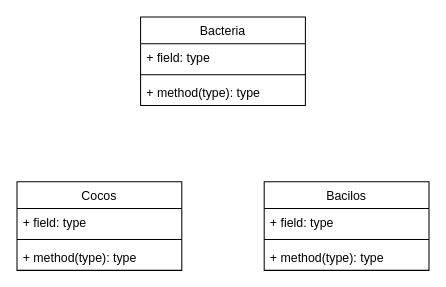
This is unq-po2-Parcial-1eraFecha-2019-Microbiologia.drawio from nhubczyk/Diagramas-UML, a draw.io file, before an edit. Source tidied: cells renumbered, new cells numbered last; positions are measured from the earlier drawing's top-left corner, leaving out a move shared by most shapes. Both pictures are drawn from the tidied source at 103%, with x=0, y=0 at pixel (16, 16).
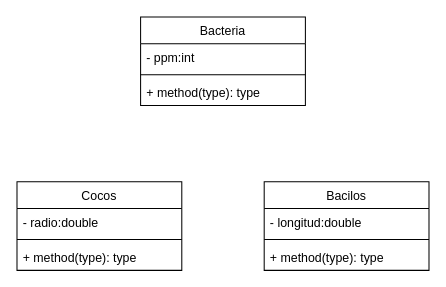
The same diagram, later.

What changed in the source:
```diff
@@
 <mxGraphModel>
   <root>
     <mxCell id="0" />
     <mxCell id="1" parent="0" />
     <mxCell id="2" value="Bacteria" style="swimlane;fontStyle=0;align=center;verticalAlign=top;horizontal=1;startSize=26;" parent="1" vertex="1">
       <mxGeometry x="120" width="160" height="86" as="geometry" />
     </mxCell>
-    <mxCell id="3" value="+ field: type" style="text;strokeColor=none;fillColor=none;align=left;verticalAlign=top;spacingLeft=4;spacingRight=4;overflow=hidden;" parent="2" vertex="1">
+    <mxCell id="3" value="- ppm:int" style="text;strokeColor=none;fillColor=none;align=left;verticalAlign=top;spacingLeft=4;spacingRight=4;overflow=hidden;" parent="2" vertex="1">
       <mxGeometry y="26" width="160" height="26" as="geometry" />
     </mxCell>
     <mxCell id="4" style="line;strokeWidth=1;fillColor=none;align=left;verticalAlign=middle;spacingTop=-1;spacingLeft=3;spacingRight=3;labelPosition=right;strokeColor=inherit;" parent="2" vertex="1">
       <mxGeometry y="52" width="160" height="8" as="geometry" />
     </mxCell>
     <mxCell id="5" value="+ method(type): type" style="text;strokeColor=none;fillColor=none;align=left;verticalAlign=top;spacingLeft=4;spacingRight=4;overflow=hidden;" parent="2" vertex="1">
       <mxGeometry y="60" width="160" height="26" as="geometry" />
     </mxCell>
     <mxCell id="6" value="Cocos" style="swimlane;fontStyle=0;align=center;verticalAlign=top;horizontal=1;startSize=26;" parent="1" vertex="1">
       <mxGeometry y="160" width="160" height="86" as="geometry" />
     </mxCell>
-    <mxCell id="7" value="+ field: type" style="text;strokeColor=none;fillColor=none;align=left;verticalAlign=top;spacingLeft=4;spacingRight=4;overflow=hidden;" parent="6" vertex="1">
+    <mxCell id="7" value="- radio:double" style="text;strokeColor=none;fillColor=none;align=left;verticalAlign=top;spacingLeft=4;spacingRight=4;overflow=hidden;" parent="6" vertex="1">
       <mxGeometry y="26" width="160" height="26" as="geometry" />
     </mxCell>
     <mxCell id="8" style="line;strokeWidth=1;fillColor=none;align=left;verticalAlign=middle;spacingTop=-1;spacingLeft=3;spacingRight=3;labelPosition=right;strokeColor=inherit;" parent="6" vertex="1">
       <mxGeometry y="52" width="160" height="8" as="geometry" />
     </mxCell>
     <mxCell id="9" value="+ method(type): type" style="text;strokeColor=none;fillColor=none;align=left;verticalAlign=top;spacingLeft=4;spacingRight=4;overflow=hidden;" parent="6" vertex="1">
       <mxGeometry y="60" width="160" height="26" as="geometry" />
     </mxCell>
     <mxCell id="10" value="Bacilos" style="swimlane;fontStyle=0;align=center;verticalAlign=top;horizontal=1;startSize=26;" parent="1" vertex="1">
       <mxGeometry x="240" y="160" width="160" height="86" as="geometry" />
     </mxCell>
-    <mxCell id="11" value="+ field: type" style="text;strokeColor=none;fillColor=none;align=left;verticalAlign=top;spacingLeft=4;spacingRight=4;overflow=hidden;" parent="10" vertex="1">
+    <mxCell id="11" value="- longitud:double" style="text;strokeColor=none;fillColor=none;align=left;verticalAlign=top;spacingLeft=4;spacingRight=4;overflow=hidden;" parent="10" vertex="1">
       <mxGeometry y="26" width="160" height="26" as="geometry" />
     </mxCell>
     <mxCell id="12" style="line;strokeWidth=1;fillColor=none;align=left;verticalAlign=middle;spacingTop=-1;spacingLeft=3;spacingRight=3;labelPosition=right;strokeColor=inherit;" parent="10" vertex="1">
       <mxGeometry y="52" width="160" height="8" as="geometry" />
     </mxCell>
     <mxCell id="13" value="+ method(type): type" style="text;strokeColor=none;fillColor=none;align=left;verticalAlign=top;spacingLeft=4;spacingRight=4;overflow=hidden;" parent="10" vertex="1">
       <mxGeometry y="60" width="160" height="26" as="geometry" />
     </mxCell>
   </root>
 </mxGraphModel>
```
